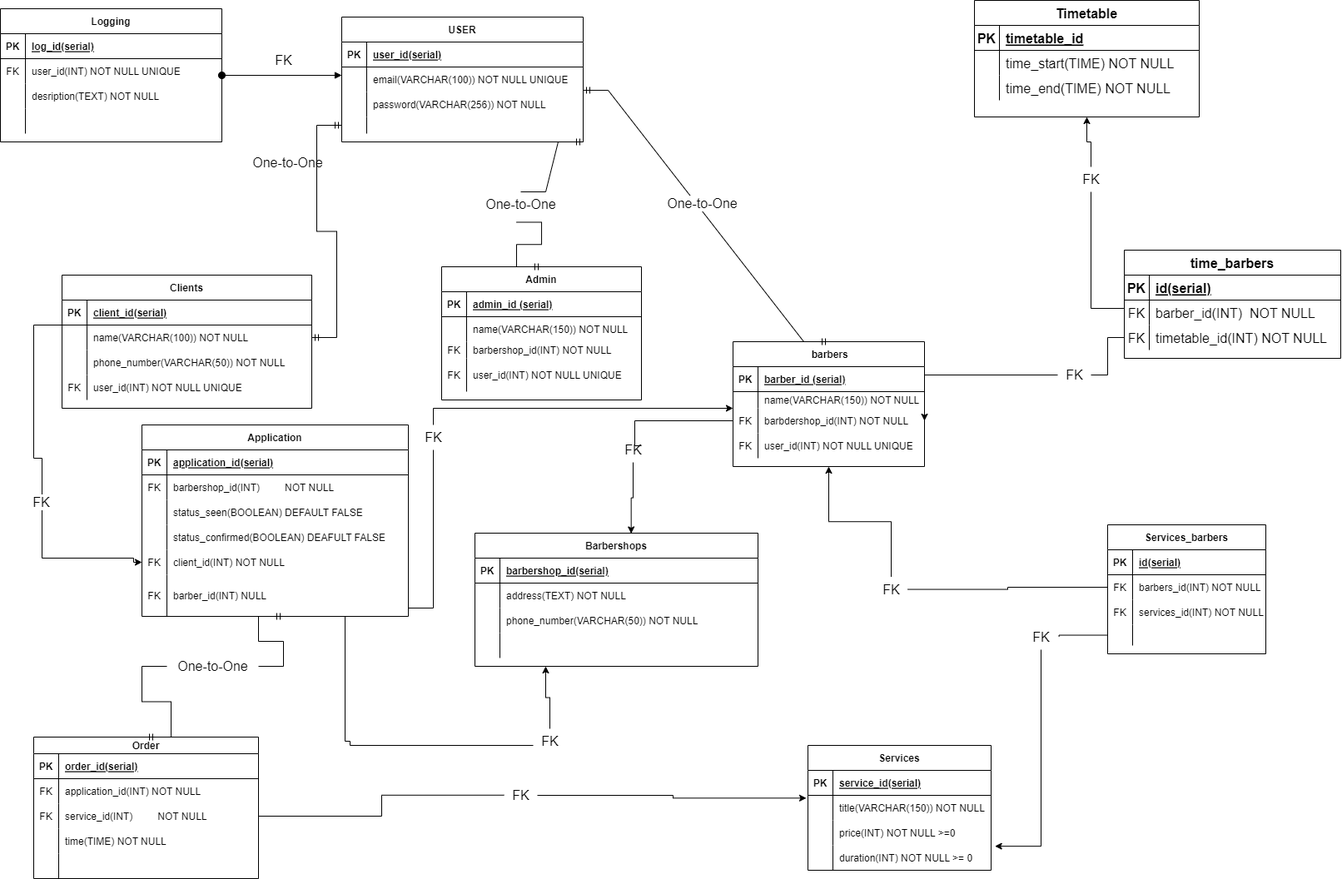
Earlier version of the draw.io export barbershop.png (romio-krvtsky/Database_labs). Source tidied: cells renumbered, new cells last; positions are measured from the earlier drawing's top-left corner, leaving out a move shared by most shapes.
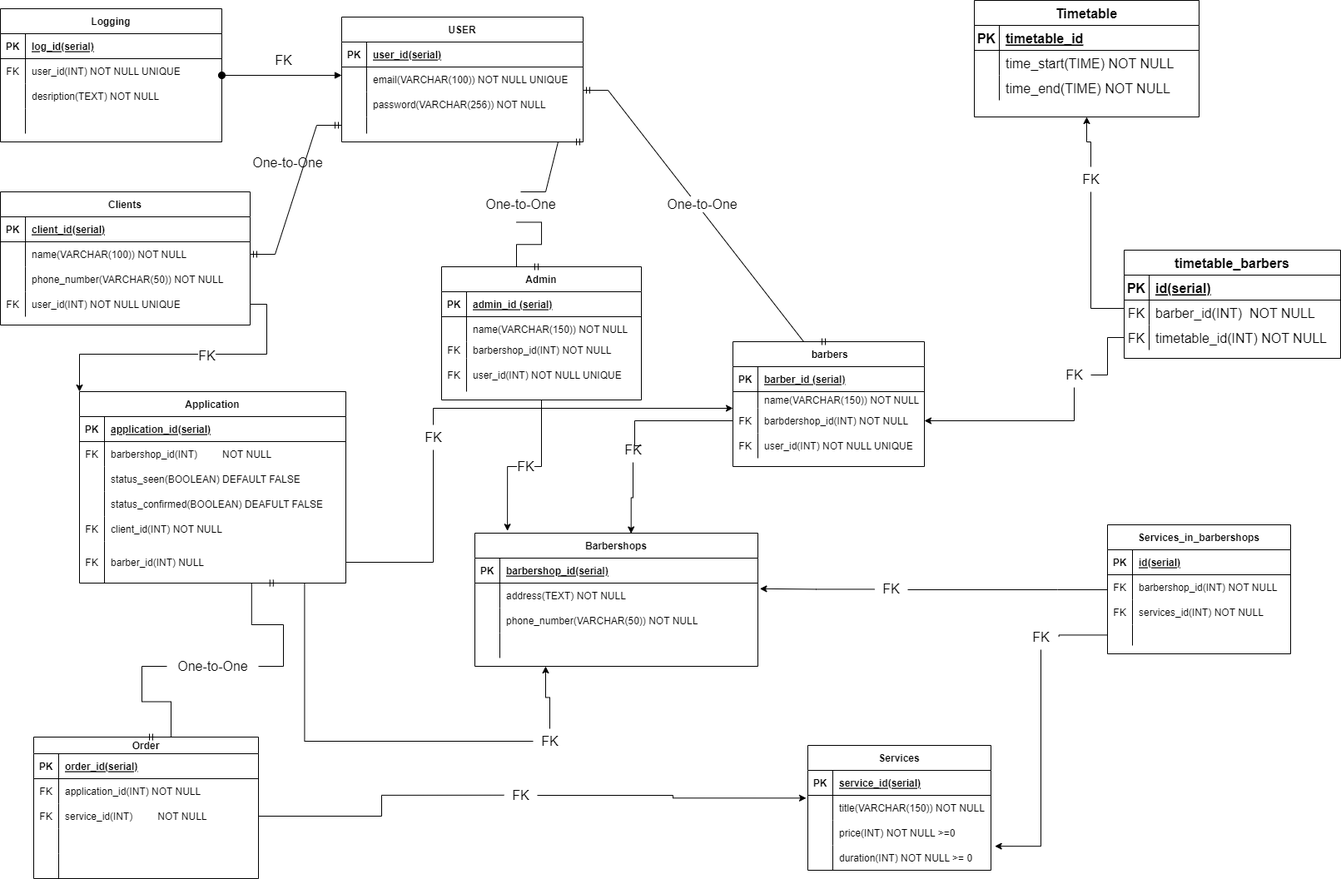
The same file after the commit.

Commit message:
update data logical model

Change to the diagram source:
```diff
@@ -120,7 +120,7 @@
       <mxGeometry x="30" width="190" height="30" as="geometry" />
     </mxCell>
     <mxCell id="41" value="Clients" style="shape=table;startSize=30;rowLines=0;fontStyle=1;align=center;swimlaneFillColor=#FFFFFF;" parent="1" vertex="1">
-      <mxGeometry x="74" y="330" width="300" height="160" as="geometry" />
+      <mxGeometry y="230" width="300" height="160" as="geometry" />
     </mxCell>
     <mxCell id="42" style="shape=tableRow;horizontal=0;startSize=0;swimlaneHead=0;swimlaneBody=0;fillColor=none;top=0;left=0;right=0;bottom=1;" parent="41" vertex="1">
       <mxGeometry y="30" width="300" height="30" as="geometry" />
@@ -194,7 +194,7 @@
     <mxCell id="65" style="shape=partialRectangle;fillColor=none;top=0;left=0;bottom=0;right=0;overflow=hidden;" parent="64" vertex="1">
       <mxGeometry width="30" height="30" as="geometry" />
     </mxCell>
-    <mxCell id="66" value="time(TIME) NOT NULL" style="shape=partialRectangle;fillColor=none;top=0;left=0;bottom=0;right=0;align=left;spacingLeft=6;overflow=hidden;" parent="64" vertex="1">
+    <mxCell id="66" style="shape=partialRectangle;fillColor=none;top=0;left=0;bottom=0;right=0;align=left;spacingLeft=6;overflow=hidden;" parent="64" vertex="1">
       <mxGeometry x="30" width="240" height="30" as="geometry" />
     </mxCell>
     <mxCell id="67" style="shape=tableRow;horizontal=0;startSize=0;swimlaneHead=0;swimlaneBody=0;fillColor=none;top=0;left=0;right=0;bottom=0;" parent="54" vertex="1">
@@ -206,6 +206,9 @@
     <mxCell id="69" style="shape=partialRectangle;fillColor=none;top=0;left=0;bottom=0;right=0;align=left;spacingLeft=6;overflow=hidden;" parent="67" vertex="1">
       <mxGeometry x="30" width="240" height="30" as="geometry" />
     </mxCell>
+    <mxCell id="198" value="&lt;font style=&quot;font-size: 16px;&quot;&gt;FK&lt;/font&gt;" style="edgeStyle=orthogonalEdgeStyle;rounded=0;jettySize=auto;html=1;entryX=0.115;entryY=-0.017;entryDx=0;entryDy=0;entryPerimeter=0;endSize=6;" parent="1" edge="1" source="70" target="2">
+      <mxGeometry relative="1" as="geometry" />
+    </mxCell>
     <mxCell id="70" value="Admin" style="shape=table;startSize=30;rowLines=0;fontStyle=1;align=center;swimlaneFillColor=#FFFFFF;" parent="1" vertex="1">
       <mxGeometry x="530" y="320" width="240" height="160" as="geometry" />
     </mxCell>
@@ -246,7 +249,7 @@
       <mxGeometry x="30" width="210" height="40" as="geometry" />
     </mxCell>
     <mxCell id="83" value="Application" style="shape=table;startSize=30;rowLines=0;fontStyle=1;align=center;swimlaneFillColor=#FFFFFF;" parent="1" vertex="1">
-      <mxGeometry x="170" y="510" width="320" height="230" as="geometry" />
+      <mxGeometry x="95" y="470" width="320" height="230" as="geometry" />
     </mxCell>
     <mxCell id="84" style="shape=tableRow;horizontal=0;startSize=0;swimlaneHead=0;swimlaneBody=0;fillColor=none;top=0;left=0;right=0;bottom=1;" parent="83" vertex="1">
       <mxGeometry y="30" width="320" height="30" as="geometry" />
@@ -302,44 +305,44 @@
     <mxCell id="101" value="barber_id(INT) NULL" style="shape=partialRectangle;fillColor=none;top=0;left=0;bottom=0;right=0;align=left;spacingLeft=6;overflow=hidden;" parent="99" vertex="1">
       <mxGeometry x="30" width="290" height="50" as="geometry" />
     </mxCell>
-    <mxCell id="102" value="Services_barbers" style="shape=table;startSize=30;rowLines=0;fontStyle=1;align=center;swimlaneFillColor=#FFFFFF;" parent="1" vertex="1">
-      <mxGeometry x="1330" y="630" width="190" height="155" as="geometry" />
+    <mxCell id="102" value="Services_in_barbershops" style="shape=table;startSize=30;rowLines=0;fontStyle=1;align=center;swimlaneFillColor=#FFFFFF;" parent="1" vertex="1">
+      <mxGeometry x="1330" y="630" width="220" height="155" as="geometry" />
     </mxCell>
     <mxCell id="103" style="shape=tableRow;horizontal=0;startSize=0;swimlaneHead=0;swimlaneBody=0;fillColor=none;top=0;left=0;right=0;bottom=1;" parent="102" vertex="1">
-      <mxGeometry y="30" width="190" height="30" as="geometry" />
+      <mxGeometry y="30" width="220" height="30" as="geometry" />
     </mxCell>
     <mxCell id="104" value="PK" style="shape=partialRectangle;fillColor=none;top=0;left=0;bottom=0;right=0;fontStyle=1;overflow=hidden;" parent="103" vertex="1">
       <mxGeometry width="30" height="30" as="geometry" />
     </mxCell>
     <mxCell id="105" value="id(serial)" style="shape=partialRectangle;fillColor=none;top=0;left=0;bottom=0;right=0;align=left;spacingLeft=6;fontStyle=5;overflow=hidden;" parent="103" vertex="1">
-      <mxGeometry x="30" width="160" height="30" as="geometry" />
+      <mxGeometry x="30" width="190" height="30" as="geometry" />
     </mxCell>
     <mxCell id="106" style="shape=tableRow;horizontal=0;startSize=0;swimlaneHead=0;swimlaneBody=0;fillColor=none;points=[[0,0.5],[1,0.5]];portConstraint=eastwest;top=0;left=0;right=0;bottom=0;" parent="102" vertex="1">
-      <mxGeometry y="60" width="190" height="30" as="geometry" />
+      <mxGeometry y="60" width="220" height="30" as="geometry" />
     </mxCell>
     <mxCell id="107" value="FK" style="shape=partialRectangle;fillColor=none;top=0;left=0;bottom=0;right=0;overflow=hidden;" parent="106" vertex="1">
       <mxGeometry width="30" height="30" as="geometry" />
     </mxCell>
-    <mxCell id="108" value="barbers_id(INT) NOT  NULL" style="shape=partialRectangle;fillColor=none;top=0;left=0;bottom=0;right=0;align=left;spacingLeft=6;overflow=hidden;" parent="106" vertex="1">
-      <mxGeometry x="30" width="160" height="30" as="geometry" />
+    <mxCell id="108" value="barbershop_id(INT) NOT  NULL" style="shape=partialRectangle;fillColor=none;top=0;left=0;bottom=0;right=0;align=left;spacingLeft=6;overflow=hidden;" parent="106" vertex="1">
+      <mxGeometry x="30" width="190" height="30" as="geometry" />
     </mxCell>
     <mxCell id="109" style="shape=tableRow;horizontal=0;startSize=0;swimlaneHead=0;swimlaneBody=0;fillColor=none;top=0;left=0;right=0;bottom=0;" parent="102" vertex="1">
-      <mxGeometry y="90" width="190" height="30" as="geometry" />
+      <mxGeometry y="90" width="220" height="30" as="geometry" />
     </mxCell>
     <mxCell id="110" value="FK" style="shape=partialRectangle;fillColor=none;top=0;left=0;bottom=0;right=0;overflow=hidden;" parent="109" vertex="1">
       <mxGeometry width="30" height="30" as="geometry" />
     </mxCell>
     <mxCell id="111" value="services_id(INT) NOT NULL" style="shape=partialRectangle;fillColor=none;top=0;left=0;bottom=0;right=0;align=left;spacingLeft=6;overflow=hidden;" parent="109" vertex="1">
-      <mxGeometry x="30" width="160" height="30" as="geometry" />
+      <mxGeometry x="30" width="190" height="30" as="geometry" />
     </mxCell>
     <mxCell id="112" style="shape=tableRow;horizontal=0;startSize=0;swimlaneHead=0;swimlaneBody=0;fillColor=none;points=[[0,0.5],[1,0.5]];portConstraint=eastwest;top=0;left=0;right=0;bottom=0;" parent="102" vertex="1">
-      <mxGeometry y="120" width="190" height="25" as="geometry" />
+      <mxGeometry y="120" width="220" height="25" as="geometry" />
     </mxCell>
     <mxCell id="113" style="shape=partialRectangle;fillColor=none;top=0;left=0;bottom=0;right=0;overflow=hidden;" parent="112" vertex="1">
       <mxGeometry width="30" height="25" as="geometry" />
     </mxCell>
     <mxCell id="114" style="shape=partialRectangle;fillColor=none;top=0;left=0;bottom=0;right=0;align=left;spacingLeft=6;overflow=hidden;" parent="112" vertex="1">
-      <mxGeometry x="30" width="160" height="25" as="geometry" />
+      <mxGeometry x="30" width="190" height="25" as="geometry" />
     </mxCell>
     <mxCell id="115" value="USER" style="shape=table;startSize=30;rowLines=0;fontStyle=1;align=center;swimlaneFillColor=#FFFFFF;" parent="1" vertex="1">
       <mxGeometry x="410" y="20" width="290" height="150" as="geometry" />
@@ -380,23 +383,6 @@
     <mxCell id="127" style="shape=partialRectangle;fillColor=none;top=0;left=0;bottom=0;right=0;align=left;spacingLeft=6;overflow=hidden;" parent="125" vertex="1">
       <mxGeometry x="30" width="260" height="20" as="geometry" />
     </mxCell>
-    <mxCell id="128" style="edgeStyle=orthogonalEdgeStyle;rounded=0;jettySize=auto;html=1;exitX=0;exitY=0.5;exitDx=0;exitDy=0;entryX=0;entryY=0.5;entryDx=0;entryDy=0;" parent="1" edge="1" target="96">
-      <mxGeometry relative="1" as="geometry">
-        <mxPoint x="74" y="395" as="sourcePoint" />
-        <Array as="points">
-          <mxPoint x="74" y="390" />
-          <mxPoint x="40" y="390" />
-          <mxPoint x="40" y="550" />
-          <mxPoint x="50" y="550" />
-          <mxPoint x="50" y="670" />
-          <mxPoint x="160" y="670" />
-          <mxPoint x="160" y="675" />
-        </Array>
-      </mxGeometry>
-    </mxCell>
-    <mxCell id="129" value="FK" style="edgeLabel;html=1;align=center;verticalAlign=middle;fontSize=16;" parent="128" vertex="1">
-      <mxGeometry x="0.15" y="-2" relative="1" as="geometry" />
-    </mxCell>
     <mxCell id="130" value="Logging" style="shape=table;startSize=30;rowLines=0;fontStyle=1;align=center;" parent="1" vertex="1">
       <mxGeometry y="10" width="266" height="160" as="geometry" />
     </mxCell>
@@ -459,7 +445,7 @@
     <mxCell id="149" style="edgeStyle=orthogonalEdgeStyle;rounded=0;jettySize=auto;html=1;fontSize=16;entryX=0.5;entryY=1;entryDx=0;entryDy=0;startArrow=none;" parent="1" edge="1" source="173" target="163">
       <mxGeometry relative="1" as="geometry" />
     </mxCell>
-    <mxCell id="150" value="time_barbers" style="shape=table;startSize=30;rowLines=0;fontStyle=1;align=center;fontSize=16;" parent="1" vertex="1">
+    <mxCell id="150" value="timetable_barbers" style="shape=table;startSize=30;rowLines=0;fontStyle=1;align=center;fontSize=16;" parent="1" vertex="1">
       <mxGeometry x="1350" y="300" width="260" height="130" as="geometry" />
     </mxCell>
     <mxCell id="151" style="shape=tableRow;horizontal=0;startSize=0;swimlaneHead=0;swimlaneBody=0;fillColor=none;top=0;left=0;right=0;bottom=1;fontSize=16;" parent="150" vertex="1">
@@ -492,6 +478,9 @@
     <mxCell id="160" style="edgeStyle=orthogonalEdgeStyle;rounded=0;jettySize=auto;html=1;entryX=1;entryY=0.5;entryDx=0;entryDy=0;fontSize=16;startArrow=none;" parent="1" edge="1" source="161">
       <mxGeometry relative="1" as="geometry">
         <mxPoint x="1110" y="505" as="targetPoint" />
+        <Array as="points">
+          <mxPoint x="1290" y="505" />
+        </Array>
       </mxGeometry>
     </mxCell>
     <mxCell id="161" value="FK&lt;br&gt;" style="text;html=1;align=center;verticalAlign=middle;points=[];strokeColor=none;fillColor=none;fontSize=16;" parent="1" vertex="1">
@@ -543,7 +532,7 @@
     <mxCell id="175" style="edgeStyle=orthogonalEdgeStyle;rounded=0;jettySize=auto;html=1;entryX=1.021;entryY=0.037;entryDx=0;entryDy=0;entryPerimeter=0;fontSize=16;startArrow=none;" parent="1" edge="1" source="182" target="38">
       <mxGeometry relative="1" as="geometry" />
     </mxCell>
-    <mxCell id="176" style="edgeStyle=orthogonalEdgeStyle;rounded=0;jettySize=auto;html=1;fontSize=16;startArrow=none;entryX=0.5;entryY=1;entryDx=0;entryDy=0;" parent="1" edge="1" source="180" target="15">
+    <mxCell id="176" style="edgeStyle=orthogonalEdgeStyle;rounded=0;jettySize=auto;html=1;fontSize=16;startArrow=none;entryX=1.007;entryY=0.227;entryDx=0;entryDy=0;entryPerimeter=0;" parent="1" edge="1" source="180" target="6">
       <mxGeometry relative="1" as="geometry" />
     </mxCell>
     <mxCell id="177" style="edgeStyle=orthogonalEdgeStyle;rounded=0;jettySize=auto;html=1;fontSize=16;entryX=0;entryY=0;entryDx=0;entryDy=0;entryPerimeter=0;startArrow=none;" parent="1" edge="1" source="178" target="22">
@@ -556,11 +545,11 @@
     <mxCell id="178" value="FK&lt;br&gt;" style="text;html=1;align=center;verticalAlign=middle;points=[];strokeColor=none;fillColor=none;fontSize=16;" parent="1" vertex="1">
       <mxGeometry x="500" y="510" width="40" height="30" as="geometry" />
     </mxCell>
-    <mxCell id="179" style="edgeStyle=orthogonalEdgeStyle;rounded=0;jettySize=auto;html=1;fontSize=16;endArrow=none;" parent="1" edge="1" source="99">
+    <mxCell id="179" style="edgeStyle=orthogonalEdgeStyle;rounded=0;jettySize=auto;html=1;fontSize=16;endArrow=none;exitX=1;exitY=0.5;exitDx=0;exitDy=0;" parent="1" edge="1" source="99">
       <mxGeometry relative="1" as="geometry">
         <mxPoint x="520" y="540" as="targetPoint" />
         <Array as="points">
-          <mxPoint x="520" y="730" />
+          <mxPoint x="520" y="675" />
         </Array>
       </mxGeometry>
     </mxCell>
@@ -568,7 +557,12 @@
       <mxGeometry x="1050" y="692.5" width="40" height="30" as="geometry" />
     </mxCell>
     <mxCell id="181" style="edgeStyle=orthogonalEdgeStyle;rounded=0;jettySize=auto;html=1;fontSize=16;endArrow=none;" parent="1" edge="1" source="106" target="180">
-      <mxGeometry relative="1" as="geometry" />
+      <mxGeometry relative="1" as="geometry">
+        <Array as="points">
+          <mxPoint x="1270" y="708" />
+          <mxPoint x="1270" y="708" />
+        </Array>
+      </mxGeometry>
     </mxCell>
     <mxCell id="182" value="FK&lt;br&gt;" style="text;html=1;align=center;verticalAlign=middle;points=[];strokeColor=none;fillColor=none;fontSize=16;" parent="1" vertex="1">
       <mxGeometry x="1230" y="750" width="40" height="30" as="geometry" />
@@ -608,13 +602,10 @@
     <mxCell id="190" value="FK&lt;br&gt;" style="text;html=1;align=center;verticalAlign=middle;points=[];strokeColor=none;fillColor=none;fontSize=16;" parent="1" vertex="1">
       <mxGeometry x="640" y="875" width="40" height="30" as="geometry" />
     </mxCell>
-    <mxCell id="191" style="edgeStyle=orthogonalEdgeStyle;rounded=0;jettySize=auto;html=1;fontSize=16;endArrow=none;" parent="1" edge="1" target="190">
+    <mxCell id="191" style="edgeStyle=orthogonalEdgeStyle;rounded=0;jettySize=auto;html=1;fontSize=16;endArrow=none;exitX=0.845;exitY=0.993;exitDx=0;exitDy=0;exitPerimeter=0;" parent="1" edge="1" source="99" target="190">
       <mxGeometry relative="1" as="geometry">
-        <mxPoint x="414" y="740" as="sourcePoint" />
         <Array as="points">
-          <mxPoint x="414" y="890" />
-          <mxPoint x="420" y="890" />
-          <mxPoint x="420" y="895" />
+          <mxPoint x="365" y="890" />
         </Array>
       </mxGeometry>
     </mxCell>
@@ -638,10 +629,8 @@
         </Array>
       </mxGeometry>
     </mxCell>
-    <mxCell id="195" style="edgeStyle=entityRelationEdgeStyle;fontSize=12;html=1;endArrow=ERmandOne;startArrow=none;rounded=0;" parent="1" edge="1" source="196">
-      <mxGeometry relative="1" as="geometry">
-        <mxPoint x="340" y="740" as="targetPoint" />
-      </mxGeometry>
+    <mxCell id="195" style="edgeStyle=entityRelationEdgeStyle;fontSize=12;html=1;endArrow=ERmandOne;startArrow=none;rounded=0;entryX=0.74;entryY=1;entryDx=0;entryDy=0;entryPerimeter=0;" parent="1" edge="1" source="196" target="99">
+      <mxGeometry relative="1" as="geometry" />
     </mxCell>
     <mxCell id="196" value="One-to-One" style="text;html=1;align=center;verticalAlign=middle;points=[];strokeColor=none;fillColor=none;fontSize=16;" parent="1" vertex="1">
       <mxGeometry x="200" y="785" width="110" height="30" as="geometry" />
@@ -649,5 +638,13 @@
     <mxCell id="197" style="edgeStyle=entityRelationEdgeStyle;fontSize=12;html=1;endArrow=none;startArrow=ERmandOne;rounded=0;exitX=0.5;exitY=0;exitDx=0;exitDy=0;" parent="1" edge="1" source="54" target="196">
       <mxGeometry relative="1" as="geometry" />
     </mxCell>
+    <mxCell id="199" style="edgeStyle=orthogonalEdgeStyle;rounded=0;jettySize=auto;html=1;entryX=0;entryY=0;entryDx=0;entryDy=0;fontSize=16;endSize=6;" parent="1" edge="1" source="51" target="83">
+      <mxGeometry relative="1" as="geometry" />
+    </mxCell>
+    <mxCell id="129" value="FK" style="edgeLabel;html=1;align=center;verticalAlign=middle;fontSize=16;" parent="199" vertex="1">
+      <mxGeometry x="-0.13" y="1" relative="1" as="geometry">
+        <mxPoint x="-1" as="offset" />
+      </mxGeometry>
+    </mxCell>
   </root>
 </mxGraphModel>
```
